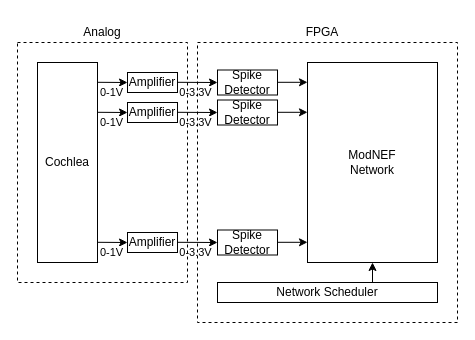
The draw.io diagram cochlea_pipeline.drawio in AurelieSa/draw_io, before the edit. Source tidied: cells renumbered, new cells numbered last; positions are measured from the earlier drawing's top-left corner, leaving out a move shared by most shapes. Both pictures are drawn from the tidied source at 100%, with x=0, y=0 at pixel (17, 17).
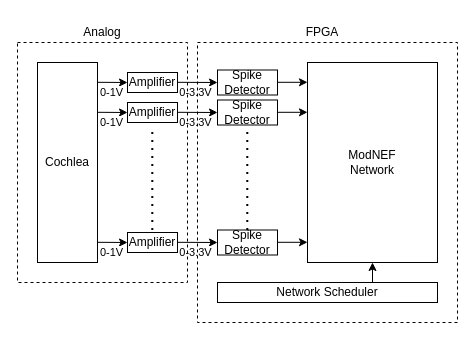
The same page after the edit.

Change to the diagram source:
```diff
@@
+    <mxCell id="31" style="endArrow=none;dashed=1;html=1;dashPattern=1 3;strokeWidth=2;rounded=0;" parent="1" edge="1">
+      <mxGeometry relative="1" as="geometry">
+        <mxPoint x="134.8" y="212.5" as="sourcePoint" />
+        <mxPoint x="134.8" y="110" as="targetPoint" />
+      </mxGeometry>
+    </mxCell>
+    <mxCell id="32" style="endArrow=none;dashed=1;html=1;dashPattern=1 3;strokeWidth=2;rounded=0;" parent="1" edge="1">
+      <mxGeometry relative="1" as="geometry">
+        <mxPoint x="229.8" y="212.5" as="sourcePoint" />
+        <mxPoint x="229.8" y="110" as="targetPoint" />
+      </mxGeometry>
+    </mxCell>
```
